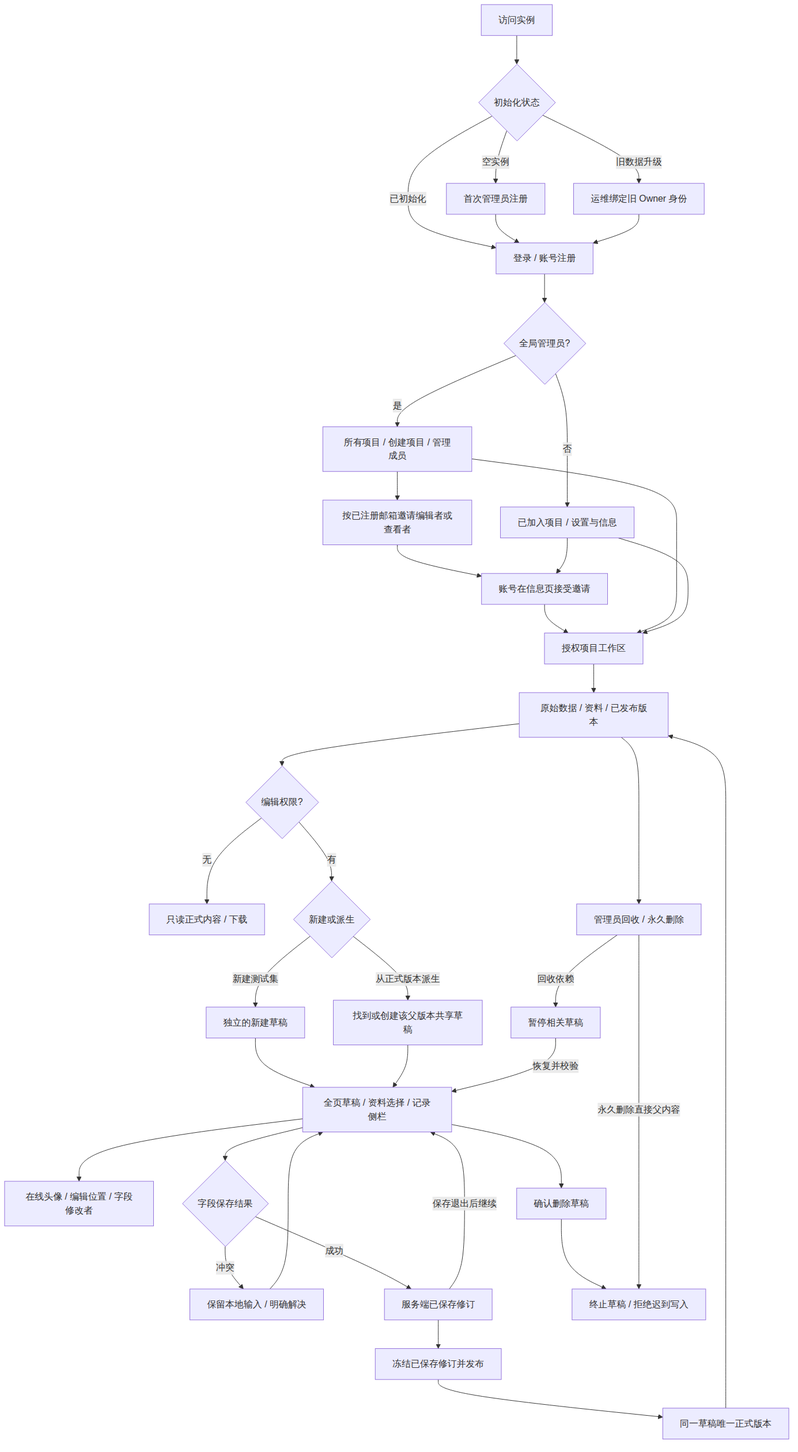
Before: docs/system-flow-evalbase-v2.png, a diagram exported from Mermaid (iflabx/evalbase). Its source is kept beside it as docs/system-flow-evalbase-v2.mmd.
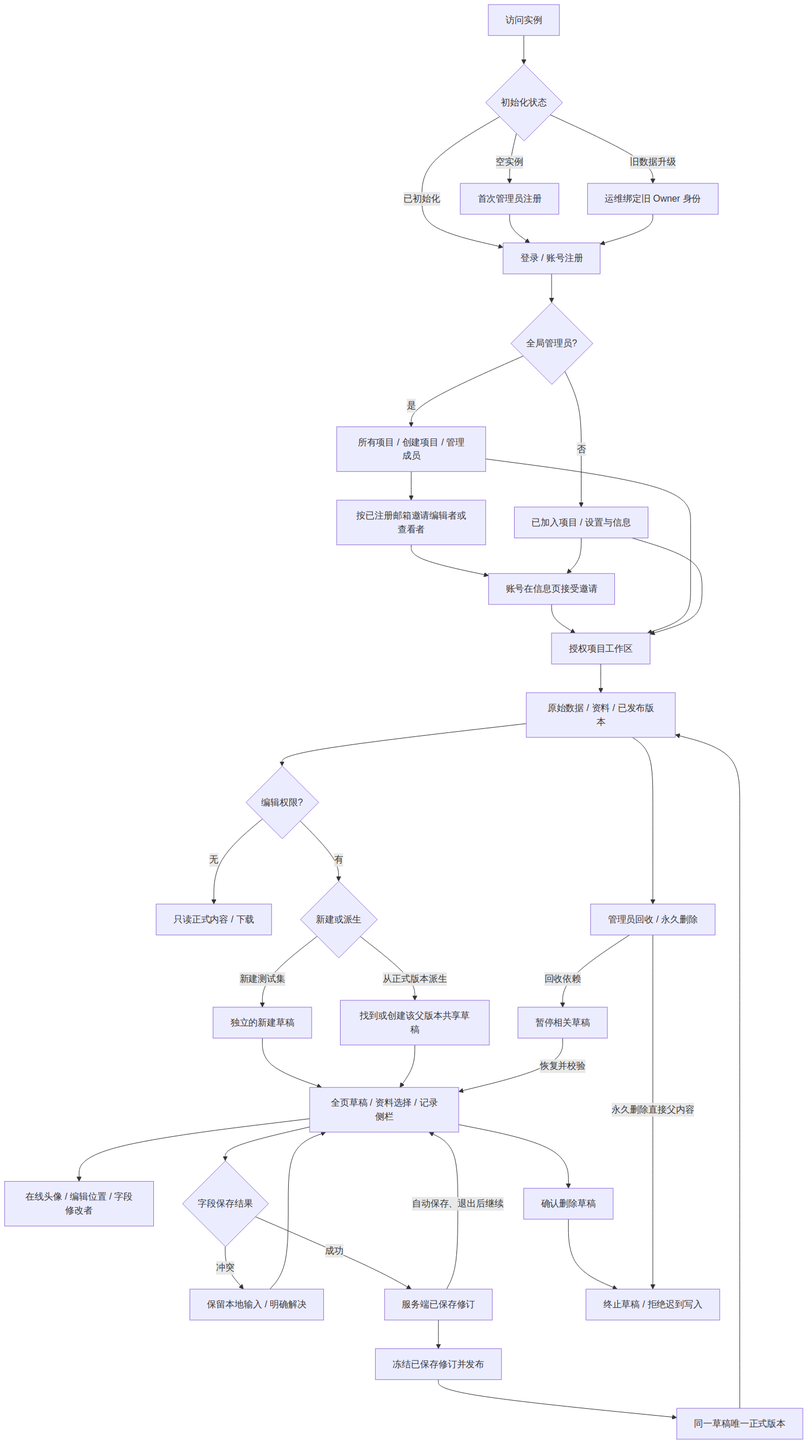
Above is the later version.

Diff of the diagram source:
```diff
@@ -27,7 +27,7 @@
   T -->|冲突| U[保留本地输入 / 明确解决]
   U --> R
   T -->|成功| V[服务端已保存修订]
-  V -->|保存退出后继续| R
+  V -->|自动保存、退出后继续| R
   V --> W[冻结已保存修订并发布]
   W --> X[同一草稿唯一正式版本]
   X --> L
```
